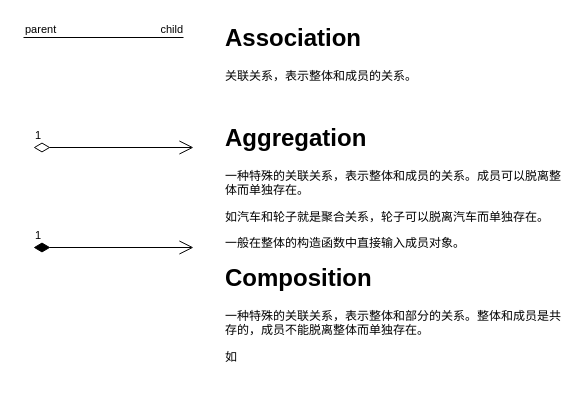
Before: study/未命名绘图.drawio in jlwung/UML, a draw.io diagram. Source tidied: cells renumbered, new cells numbered last; positions are measured from the earlier drawing's top-left corner, leaving out a move shared by most shapes. Both pictures are drawn from the tidied source at 100%, with x=0, y=0 at pixel (23, 17).
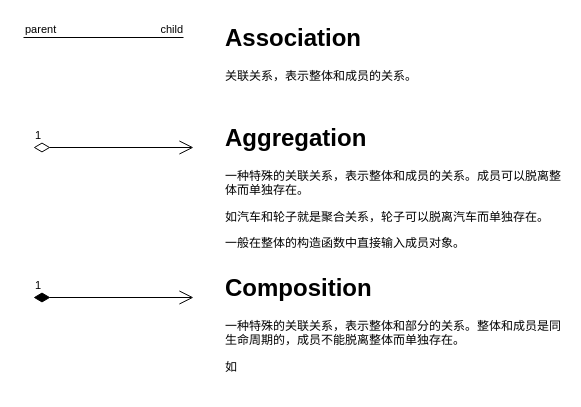
The same diagram, later.

Commit message:
更新未命名绘图.drawio

What changed in the source:
```diff
@@
 <mxGraphModel>
   <root>
     <mxCell id="0" />
     <mxCell id="1" parent="0" />
     <mxCell id="2" style="endArrow=none;html=1;edgeStyle=orthogonalEdgeStyle;rounded=0;" parent="1" edge="1">
       <mxGeometry relative="1" as="geometry">
         <mxPoint y="20" as="sourcePoint" />
         <mxPoint x="160" y="20" as="targetPoint" />
       </mxGeometry>
     </mxCell>
     <mxCell id="3" value="parent" style="edgeLabel;html=1;align=left;verticalAlign=bottom;" parent="2" vertex="1">
       <mxGeometry x="-1" relative="1" as="geometry" />
     </mxCell>
     <mxCell id="4" value="child" style="edgeLabel;html=1;align=right;verticalAlign=bottom;" parent="2" vertex="1">
       <mxGeometry x="1" relative="1" as="geometry" />
     </mxCell>
     <mxCell id="5" value="&lt;h1 style=&quot;margin-top: 0px;&quot;&gt;Association&lt;/h1&gt;&lt;p&gt;关联关系，表示整体和成员的关系。&lt;/p&gt;" style="text;html=1;whiteSpace=wrap;overflow=hidden;rounded=0;" parent="1" vertex="1">
       <mxGeometry x="200" width="340" height="120" as="geometry" />
     </mxCell>
     <mxCell id="6" value="1" style="endArrow=open;html=1;endSize=12;startArrow=diamondThin;startSize=14;startFill=1;edgeStyle=orthogonalEdgeStyle;align=left;verticalAlign=bottom;rounded=0;" parent="1" edge="1">
       <mxGeometry x="-1" y="3" relative="1" as="geometry">
-        <mxPoint x="10" y="230" as="sourcePoint" />
-        <mxPoint x="170" y="230" as="targetPoint" />
+        <mxPoint x="10" y="280" as="sourcePoint" />
+        <mxPoint x="170" y="280" as="targetPoint" />
       </mxGeometry>
     </mxCell>
     <mxCell id="7" value="1" style="endArrow=open;html=1;endSize=12;startArrow=diamondThin;startSize=14;startFill=0;edgeStyle=orthogonalEdgeStyle;align=left;verticalAlign=bottom;rounded=0;" parent="1" edge="1">
       <mxGeometry x="-1" y="3" relative="1" as="geometry">
         <mxPoint x="10" y="130" as="sourcePoint" />
         <mxPoint x="170" y="130" as="targetPoint" />
       </mxGeometry>
     </mxCell>
     <mxCell id="8" value="&lt;h1 style=&quot;margin-top: 0px;&quot;&gt;Aggregation&lt;/h1&gt;&lt;p&gt;一种特殊的关联关系，表示整体和成员的关系。成员可以脱离整体而单独存在。&lt;/p&gt;&lt;p&gt;如汽车和轮子就是聚合关系，轮子可以脱离汽车而单独存在。&lt;/p&gt;&lt;p&gt;一般在整体的构造函数中直接输入成员对象。&lt;/p&gt;" style="text;html=1;whiteSpace=wrap;overflow=hidden;rounded=0;" parent="1" vertex="1">
       <mxGeometry x="200" y="100" width="340" height="130" as="geometry" />
     </mxCell>
-    <mxCell id="9" value="&lt;h1 style=&quot;margin-top: 0px;&quot;&gt;Composition&lt;/h1&gt;&lt;p&gt;一种特殊的关联关系&lt;span style=&quot;background-color: transparent; color: light-dark(rgb(0, 0, 0), rgb(255, 255, 255));&quot;&gt;，表示整体和部分的关系。&lt;/span&gt;&lt;span style=&quot;background-color: transparent; color: light-dark(rgb(0, 0, 0), rgb(255, 255, 255));&quot;&gt;整体和成员是共存的，成员不能脱离整体而单独存在。&lt;/span&gt;&lt;/p&gt;&lt;p&gt;如&lt;/p&gt;" style="text;html=1;whiteSpace=wrap;overflow=hidden;rounded=0;" parent="1" vertex="1">
-      <mxGeometry x="200" y="240" width="340" height="120" as="geometry" />
+    <mxCell id="9" value="&lt;h1 style=&quot;margin-top: 0px;&quot;&gt;Composition&lt;/h1&gt;&lt;p&gt;一种特殊的关联关系&lt;span style=&quot;background-color: transparent; color: light-dark(rgb(0, 0, 0), rgb(255, 255, 255));&quot;&gt;，表示整体和部分的关系。&lt;/span&gt;&lt;span style=&quot;background-color: transparent; color: light-dark(rgb(0, 0, 0), rgb(255, 255, 255));&quot;&gt;整体和成员是同生命周期的，成员不能脱离整体而单独存在。&lt;/span&gt;&lt;/p&gt;&lt;p&gt;如&lt;/p&gt;" style="text;html=1;whiteSpace=wrap;overflow=hidden;rounded=0;" parent="1" vertex="1">
+      <mxGeometry x="200" y="250" width="340" height="120" as="geometry" />
     </mxCell>
   </root>
 </mxGraphModel>
```
